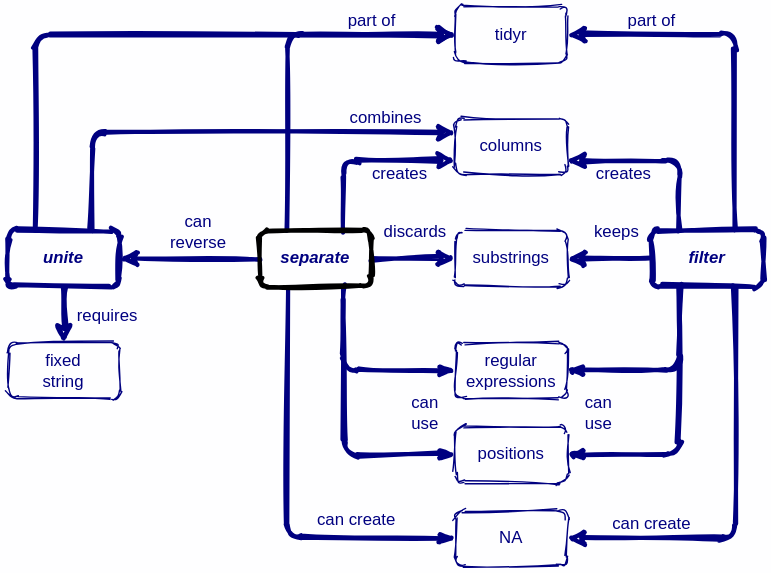
The draw.io diagram en/separate-extract-unite.svg in rstudio/concept-maps, before a commit. Source tidied: cells renumbered, new cells last; positions are measured from the earlier drawing's top-left corner, leaving out a move shared by most shapes.
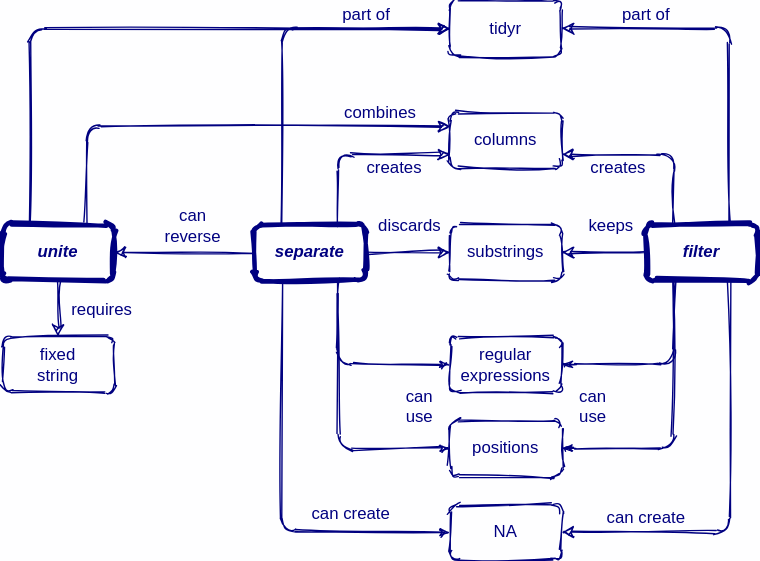
Above is the later version.

Diff of the diagram source:
```diff
@@ -2,14 +2,14 @@
   <root>
     <mxCell id="0" />
     <mxCell id="1" parent="0" />
-    <mxCell id="2" value="can&lt;br&gt;use" style="edgeStyle=none;rounded=1;html=1;labelBackgroundColor=none;startArrow=none;startFill=0;startSize=5;endArrow=classicThin;endFill=1;endSize=5;jettySize=auto;strokeWidth=3;fontFamily=Helvetica;fontSize=12;exitX=0.75;exitY=1;exitDx=0;exitDy=0;entryX=0;entryY=0.5;entryDx=0;entryDy=0;verticalAlign=middle;sketch=1;fontColor=#000080;strokeColor=#000080;" parent="1" edge="1" source="31" target="5">
+    <mxCell id="2" value="can&lt;br&gt;use" style="edgeStyle=none;rounded=1;html=1;labelBackgroundColor=none;startArrow=none;startFill=0;startSize=5;endArrow=classicThin;endFill=1;endSize=5;jettySize=auto;strokeWidth=1;fontFamily=Helvetica;fontSize=12;exitX=0.75;exitY=1;exitDx=0;exitDy=0;entryX=0;entryY=0.5;entryDx=0;entryDy=0;verticalAlign=middle;sketch=1;fontColor=#000080;strokeColor=#000080;" parent="1" edge="1" source="31" target="5">
       <mxGeometry x="0.69" y="-30" relative="1" as="geometry">
         <Array as="points">
           <mxPoint x="240" y="260" />
         </Array>
       </mxGeometry>
     </mxCell>
-    <mxCell id="3" value="can&lt;br&gt;use" style="edgeStyle=none;rounded=1;html=1;labelBackgroundColor=none;startArrow=none;startFill=0;startSize=5;endArrow=classicThin;endFill=1;endSize=5;jettySize=auto;strokeWidth=3;fontFamily=Helvetica;fontSize=12;exitX=0.25;exitY=1;exitDx=0;exitDy=0;entryX=1;entryY=0.5;entryDx=0;entryDy=0;verticalAlign=middle;sketch=1;fontColor=#000080;strokeColor=#000080;" parent="1" edge="1" source="32" target="5">
+    <mxCell id="3" value="can&lt;br&gt;use" style="edgeStyle=none;rounded=1;html=1;labelBackgroundColor=none;startArrow=none;startFill=0;startSize=5;endArrow=classicThin;endFill=1;endSize=5;jettySize=auto;strokeWidth=1;fontFamily=Helvetica;fontSize=12;exitX=0.25;exitY=1;exitDx=0;exitDy=0;entryX=1;entryY=0.5;entryDx=0;entryDy=0;verticalAlign=middle;sketch=1;fontColor=#000080;strokeColor=#000080;" parent="1" edge="1" source="32" target="5">
       <mxGeometry x="0.69" y="30" relative="1" as="geometry">
         <Array as="points">
           <mxPoint x="480" y="260" />
@@ -23,7 +23,7 @@
     <mxCell id="5" value="regular&lt;br&gt;expressions" style="rounded=1;whiteSpace=wrap;html=1;fontSize=12;fontFamily=Helvetica;fillColor=none;sketch=1;labelBackgroundColor=none;fontColor=#000080;strokeColor=#000080;" parent="1" vertex="1">
       <mxGeometry x="320" y="240" width="80" height="40" as="geometry" />
     </mxCell>
-    <mxCell id="6" value="&lt;div&gt;can create&lt;/div&gt;" style="endArrow=classic;html=1;strokeWidth=3;entryX=1;entryY=0.5;entryDx=0;entryDy=0;exitX=0.75;exitY=1;exitDx=0;exitDy=0;verticalAlign=middle;fontSize=12;labelBackgroundColor=none;fontFamily=Helvetica;align=center;sketch=1;fontColor=#000080;strokeColor=#000080;" parent="1" edge="1" source="32" target="12">
+    <mxCell id="6" value="&lt;div&gt;can create&lt;/div&gt;" style="endArrow=classic;html=1;strokeWidth=1;entryX=1;entryY=0.5;entryDx=0;entryDy=0;exitX=0.75;exitY=1;exitDx=0;exitDy=0;verticalAlign=middle;fontSize=12;labelBackgroundColor=none;fontFamily=Helvetica;align=center;sketch=1;fontColor=#000080;strokeColor=#000080;" parent="1" edge="1" source="32" target="12">
       <mxGeometry x="0.6" y="-10" relative="1" as="geometry">
         <Array as="points">
           <mxPoint x="520" y="380" />
@@ -33,7 +33,7 @@
     <mxCell id="7" value="tidyr" style="rounded=1;whiteSpace=wrap;html=1;fontSize=12;fontFamily=Helvetica;fillColor=none;sketch=1;labelBackgroundColor=none;fontColor=#000080;strokeColor=#000080;" parent="1" vertex="1">
       <mxGeometry x="320" width="80" height="40" as="geometry" />
     </mxCell>
-    <mxCell id="8" value="part of" style="endArrow=classic;html=1;strokeWidth=3;entryX=1;entryY=0.5;entryDx=0;entryDy=0;exitX=0.75;exitY=0;exitDx=0;exitDy=0;verticalAlign=middle;fontSize=12;labelBackgroundColor=none;fontFamily=Helvetica;sketch=1;fontColor=#000080;strokeColor=#000080;" parent="1" edge="1" source="32" target="7">
+    <mxCell id="8" value="part of" style="endArrow=classic;html=1;strokeWidth=1;entryX=1;entryY=0.5;entryDx=0;entryDy=0;exitX=0.75;exitY=0;exitDx=0;exitDy=0;verticalAlign=middle;fontSize=12;labelBackgroundColor=none;fontFamily=Helvetica;sketch=1;fontColor=#000080;strokeColor=#000080;" parent="1" edge="1" source="32" target="7">
       <mxGeometry x="0.54" y="-10" relative="1" as="geometry">
         <Array as="points">
           <mxPoint x="520" y="20" />
@@ -43,15 +43,15 @@
     <mxCell id="9" value="positions" style="rounded=1;whiteSpace=wrap;html=1;fontSize=12;fontFamily=Helvetica;fillColor=none;sketch=1;labelBackgroundColor=none;fontColor=#000080;strokeColor=#000080;" parent="1" vertex="1">
       <mxGeometry x="320" y="300" width="80" height="40" as="geometry" />
     </mxCell>
-    <mxCell id="10" style="edgeStyle=none;rounded=1;html=1;labelBackgroundColor=none;startArrow=none;startFill=0;startSize=5;endArrow=classicThin;endFill=1;endSize=5;jettySize=auto;strokeWidth=3;fontFamily=Helvetica;fontSize=12;entryX=0;entryY=0.5;entryDx=0;entryDy=0;verticalAlign=middle;sketch=1;fontColor=#000080;strokeColor=#000080;" parent="1" edge="1" target="9">
-      <mxGeometry x="0.69" y="30" relative="1" as="geometry">
-        <mxPoint x="240" y="210" as="sourcePoint" />
-        <Array as="points">
-          <mxPoint x="240" y="320" />
-        </Array>
-      </mxGeometry>
-    </mxCell>
+    <mxCell id="34" style="edgeStyle=none;rounded=1;html=1;labelBackgroundColor=none;startArrow=none;startFill=0;startSize=5;endArrow=classicThin;endFill=1;endSize=5;jettySize=auto;strokeWidth=1;fontFamily=Helvetica;fontSize=12;entryX=0;entryY=0.5;entryDx=0;entryDy=0;verticalAlign=middle;sketch=1;fontColor=#000080;strokeColor=#000080;" parent="1" edge="1" target="9">
+      <mxGeometry x="0.69" y="30" relative="1" as="geometry">
+        <mxPoint x="240" y="210" as="sourcePoint" />
+        <Array as="points">
+          <mxPoint x="240" y="320" />
+        </Array>
+      </mxGeometry>
+    </mxCell>
-    <mxCell id="11" style="edgeStyle=none;rounded=1;html=1;labelBackgroundColor=none;startArrow=none;startFill=0;startSize=5;endArrow=classicThin;endFill=1;endSize=5;jettySize=auto;strokeWidth=3;fontFamily=Helvetica;fontSize=12;entryX=1;entryY=0.5;entryDx=0;entryDy=0;verticalAlign=middle;exitX=0.25;exitY=1;exitDx=0;exitDy=0;sketch=1;fontColor=#000080;strokeColor=#000080;" parent="1" edge="1" source="32" target="9">
+    <mxCell id="11" style="edgeStyle=none;rounded=1;html=1;labelBackgroundColor=none;startArrow=none;startFill=0;startSize=5;endArrow=classicThin;endFill=1;endSize=5;jettySize=auto;strokeWidth=1;fontFamily=Helvetica;fontSize=12;entryX=1;entryY=0.5;entryDx=0;entryDy=0;verticalAlign=middle;exitX=0.25;exitY=1;exitDx=0;exitDy=0;sketch=1;fontColor=#000080;strokeColor=#000080;" parent="1" edge="1" source="32" target="9">
       <mxGeometry x="0.69" y="30" relative="1" as="geometry">
         <Array as="points">
           <mxPoint x="480" y="320" />
@@ -62,7 +62,7 @@
     <mxCell id="12" value="NA" style="rounded=1;whiteSpace=wrap;html=1;fontSize=12;fontFamily=Helvetica;fillColor=none;sketch=1;labelBackgroundColor=none;fontColor=#000080;strokeColor=#000080;" parent="1" vertex="1">
       <mxGeometry x="320" y="360" width="80" height="40" as="geometry" />
     </mxCell>
-    <mxCell id="13" style="edgeStyle=none;rounded=1;html=1;labelBackgroundColor=none;startArrow=none;startFill=0;startSize=5;endArrow=classicThin;endFill=1;endSize=5;jettySize=auto;strokeWidth=3;fontFamily=Helvetica;fontSize=12;entryX=0;entryY=0.5;entryDx=0;entryDy=0;verticalAlign=middle;exitX=0.25;exitY=1;exitDx=0;exitDy=0;sketch=1;fontColor=#000080;strokeColor=#000080;" parent="1" edge="1" source="31" target="12">
+    <mxCell id="13" style="edgeStyle=none;rounded=1;html=1;labelBackgroundColor=none;startArrow=none;startFill=0;startSize=5;endArrow=classicThin;endFill=1;endSize=5;jettySize=auto;strokeWidth=1;fontFamily=Helvetica;fontSize=12;entryX=0;entryY=0.5;entryDx=0;entryDy=0;verticalAlign=middle;exitX=0.25;exitY=1;exitDx=0;exitDy=0;sketch=1;fontColor=#000080;strokeColor=#000080;" parent="1" edge="1" source="31" target="12">
       <mxGeometry x="0.69" y="30" relative="1" as="geometry">
         <Array as="points">
           <mxPoint x="200" y="380" />
@@ -74,14 +74,14 @@
         <mxPoint x="47" y="-4" as="offset" />
       </mxGeometry>
     </mxCell>
-    <mxCell id="15" value="part of" style="endArrow=classic;html=1;strokeWidth=3;entryX=0;entryY=0.5;entryDx=0;entryDy=0;exitX=0.25;exitY=0;exitDx=0;exitDy=0;verticalAlign=middle;fontSize=12;labelBackgroundColor=none;fontFamily=Helvetica;sketch=1;fontColor=#000080;strokeColor=#000080;" parent="1" edge="1" source="31" target="7">
+    <mxCell id="15" value="part of" style="endArrow=classic;html=1;strokeWidth=1;entryX=0;entryY=0.5;entryDx=0;entryDy=0;exitX=0.25;exitY=0;exitDx=0;exitDy=0;verticalAlign=middle;fontSize=12;labelBackgroundColor=none;fontFamily=Helvetica;sketch=1;fontColor=#000080;strokeColor=#000080;" parent="1" edge="1" source="31" target="7">
       <mxGeometry x="0.54" y="10" relative="1" as="geometry">
         <Array as="points">
           <mxPoint x="200" y="20" />
         </Array>
       </mxGeometry>
     </mxCell>
-    <mxCell id="16" style="endArrow=classic;html=1;entryX=1;entryY=0.5;entryDx=0;entryDy=0;exitX=0;exitY=0.5;exitDx=0;exitDy=0;strokeWidth=3;sketch=1;labelBackgroundColor=none;fontColor=#000080;strokeColor=#000080;" parent="1" edge="1" source="31" target="33">
+    <mxCell id="16" style="endArrow=classic;html=1;entryX=1;entryY=0.5;entryDx=0;entryDy=0;exitX=0;exitY=0.5;exitDx=0;exitDy=0;strokeWidth=1;sketch=1;labelBackgroundColor=none;fontColor=#000080;strokeColor=#000080;" parent="1" edge="1" source="31" target="33">
       <mxGeometry relative="1" as="geometry" />
     </mxCell>
     <mxCell id="17" value="&lt;font style=&quot;font-size: 12px&quot;&gt;can&lt;br&gt;reverse&lt;/font&gt;" style="edgeLabel;html=1;align=center;verticalAlign=middle;sketch=1;labelBackgroundColor=none;fontColor=#000080;" parent="16" vertex="1">
@@ -89,7 +89,7 @@
         <mxPoint y="-18" as="offset" />
       </mxGeometry>
     </mxCell>
-    <mxCell id="18" style="endArrow=classic;html=1;strokeWidth=3;entryX=0;entryY=0.5;entryDx=0;entryDy=0;exitX=0.25;exitY=0;exitDx=0;exitDy=0;verticalAlign=middle;fontSize=12;labelBackgroundColor=none;fontFamily=Helvetica;sketch=1;fontColor=#000080;strokeColor=#000080;" parent="1" edge="1" source="33" target="7">
+    <mxCell id="18" style="endArrow=classic;html=1;strokeWidth=1;entryX=0;entryY=0.5;entryDx=0;entryDy=0;exitX=0.25;exitY=0;exitDx=0;exitDy=0;verticalAlign=middle;fontSize=12;labelBackgroundColor=none;fontFamily=Helvetica;sketch=1;fontColor=#000080;strokeColor=#000080;" parent="1" edge="1" source="33" target="7">
       <mxGeometry x="0.5" y="20" relative="1" as="geometry">
         <Array as="points">
           <mxPoint x="20" y="20" />
@@ -99,7 +99,7 @@
     <mxCell id="19" value="substrings" style="rounded=1;whiteSpace=wrap;html=1;fontSize=12;fontFamily=Helvetica;fillColor=none;sketch=1;labelBackgroundColor=none;fontColor=#000080;strokeColor=#000080;" parent="1" vertex="1">
       <mxGeometry x="320" y="160" width="80" height="40" as="geometry" />
     </mxCell>
-    <mxCell id="20" style="endArrow=classic;html=1;strokeWidth=3;exitX=1;exitY=0.5;exitDx=0;exitDy=0;entryX=0;entryY=0.5;entryDx=0;entryDy=0;sketch=1;labelBackgroundColor=none;fontColor=#000080;strokeColor=#000080;" parent="1" edge="1" source="31" target="19">
+    <mxCell id="20" style="endArrow=classic;html=1;strokeWidth=1;exitX=1;exitY=0.5;exitDx=0;exitDy=0;entryX=0;entryY=0.5;entryDx=0;entryDy=0;sketch=1;labelBackgroundColor=none;fontColor=#000080;strokeColor=#000080;" parent="1" edge="1" source="31" target="19">
       <mxGeometry relative="1" as="geometry" />
     </mxCell>
     <mxCell id="21" value="&lt;font style=&quot;font-size: 12px&quot;&gt;discards&lt;/font&gt;" style="edgeLabel;html=1;align=center;verticalAlign=middle;sketch=1;labelBackgroundColor=none;fontColor=#000080;" parent="20" vertex="1">
@@ -107,7 +107,7 @@
         <mxPoint x="-5" y="-21" as="offset" />
       </mxGeometry>
     </mxCell>
-    <mxCell id="22" style="endArrow=classic;html=1;strokeWidth=3;exitX=0;exitY=0.5;exitDx=0;exitDy=0;entryX=1;entryY=0.5;entryDx=0;entryDy=0;sketch=1;labelBackgroundColor=none;fontColor=#000080;strokeColor=#000080;" parent="1" edge="1" source="32" target="19">
+    <mxCell id="22" style="endArrow=classic;html=1;strokeWidth=1;exitX=0;exitY=0.5;exitDx=0;exitDy=0;entryX=1;entryY=0.5;entryDx=0;entryDy=0;sketch=1;labelBackgroundColor=none;fontColor=#000080;strokeColor=#000080;" parent="1" edge="1" source="32" target="19">
       <mxGeometry relative="1" as="geometry" />
     </mxCell>
     <mxCell id="23" value="&lt;font style=&quot;font-size: 12px&quot;&gt;keeps&lt;/font&gt;" style="edgeLabel;html=1;align=center;verticalAlign=middle;sketch=1;labelBackgroundColor=none;fontColor=#000080;" parent="22" vertex="1">
@@ -118,21 +118,21 @@
     <mxCell id="24" value="columns" style="rounded=1;whiteSpace=wrap;html=1;fontSize=12;fontFamily=Helvetica;fillColor=none;sketch=1;labelBackgroundColor=none;fontColor=#000080;strokeColor=#000080;" parent="1" vertex="1">
       <mxGeometry x="320" y="80" width="80" height="40" as="geometry" />
     </mxCell>
-    <mxCell id="25" value="creates" style="endArrow=classic;html=1;strokeWidth=3;entryX=0;entryY=0.75;entryDx=0;entryDy=0;exitX=0.75;exitY=0;exitDx=0;exitDy=0;verticalAlign=middle;fontSize=12;labelBackgroundColor=none;fontFamily=Helvetica;sketch=1;fontColor=#000080;strokeColor=#000080;" parent="1" edge="1" source="31" target="24">
+    <mxCell id="25" value="creates" style="endArrow=classic;html=1;strokeWidth=1;entryX=0;entryY=0.75;entryDx=0;entryDy=0;exitX=0.75;exitY=0;exitDx=0;exitDy=0;verticalAlign=middle;fontSize=12;labelBackgroundColor=none;fontFamily=Helvetica;sketch=1;fontColor=#000080;strokeColor=#000080;" parent="1" edge="1" source="31" target="24">
       <mxGeometry x="0.38" y="-10" relative="1" as="geometry">
         <Array as="points">
           <mxPoint x="240" y="110" />
         </Array>
       </mxGeometry>
     </mxCell>
-    <mxCell id="26" value="creates" style="endArrow=classic;html=1;strokeWidth=3;entryX=1;entryY=0.75;entryDx=0;entryDy=0;exitX=0.25;exitY=0;exitDx=0;exitDy=0;verticalAlign=middle;fontSize=12;labelBackgroundColor=none;fontFamily=Helvetica;sketch=1;fontColor=#000080;strokeColor=#000080;" parent="1" edge="1" source="32" target="24">
+    <mxCell id="26" value="creates" style="endArrow=classic;html=1;strokeWidth=1;entryX=1;entryY=0.75;entryDx=0;entryDy=0;exitX=0.25;exitY=0;exitDx=0;exitDy=0;verticalAlign=middle;fontSize=12;labelBackgroundColor=none;fontFamily=Helvetica;sketch=1;fontColor=#000080;strokeColor=#000080;" parent="1" edge="1" source="32" target="24">
       <mxGeometry x="0.38" y="10" relative="1" as="geometry">
         <Array as="points">
           <mxPoint x="480" y="110" />
         </Array>
       </mxGeometry>
     </mxCell>
-    <mxCell id="27" value="combines" style="endArrow=classic;html=1;strokeWidth=3;entryX=0;entryY=0.25;entryDx=0;entryDy=0;exitX=0.75;exitY=0;exitDx=0;exitDy=0;verticalAlign=middle;fontSize=12;labelBackgroundColor=none;fontFamily=Helvetica;sketch=1;fontColor=#000080;strokeColor=#000080;" parent="1" edge="1" source="33" target="24">
+    <mxCell id="27" value="combines" style="endArrow=classic;html=1;strokeWidth=1;entryX=0;entryY=0.25;entryDx=0;entryDy=0;exitX=0.75;exitY=0;exitDx=0;exitDy=0;verticalAlign=middle;fontSize=12;labelBackgroundColor=none;fontFamily=Helvetica;sketch=1;fontColor=#000080;strokeColor=#000080;" parent="1" edge="1" source="33" target="24">
       <mxGeometry x="0.7" y="10" relative="1" as="geometry">
         <Array as="points">
           <mxPoint x="60" y="90" />
@@ -142,7 +142,7 @@
     <mxCell id="28" value="fixed&lt;br&gt;string" style="rounded=1;whiteSpace=wrap;html=1;fontSize=12;fontFamily=Helvetica;fillColor=none;sketch=1;labelBackgroundColor=none;fontColor=#000080;strokeColor=#000080;" parent="1" vertex="1">
       <mxGeometry y="240" width="80" height="40" as="geometry" />
     </mxCell>
-    <mxCell id="29" style="endArrow=classic;html=1;strokeWidth=3;entryX=0.5;entryY=0;entryDx=0;entryDy=0;exitX=0.5;exitY=1;exitDx=0;exitDy=0;sketch=1;labelBackgroundColor=none;fontColor=#000080;strokeColor=#000080;" parent="1" edge="1" source="33" target="28">
+    <mxCell id="29" style="endArrow=classic;html=1;strokeWidth=1;entryX=0.5;entryY=0;entryDx=0;entryDy=0;exitX=0.5;exitY=1;exitDx=0;exitDy=0;sketch=1;labelBackgroundColor=none;fontColor=#000080;strokeColor=#000080;" parent="1" edge="1" source="33" target="28">
       <mxGeometry relative="1" as="geometry" />
     </mxCell>
     <mxCell id="30" value="&lt;font style=&quot;font-size: 12px&quot;&gt;requires&lt;/font&gt;" style="edgeLabel;html=1;align=center;verticalAlign=middle;sketch=1;labelBackgroundColor=none;fontColor=#000080;" parent="29" vertex="1">
@@ -150,7 +150,7 @@
         <mxPoint x="29" y="5" as="offset" />
       </mxGeometry>
     </mxCell>
-    <mxCell id="31" value="&lt;i&gt;&lt;b&gt;separate&lt;/b&gt;&lt;/i&gt;" style="rounded=1;whiteSpace=wrap;html=1;fontSize=12;fontFamily=Helvetica;fillColor=none;strokeWidth=3;sketch=1;labelBackgroundColor=none;fontColor=#000080;" parent="1" vertex="1">
+    <mxCell id="31" value="&lt;i&gt;&lt;b&gt;separate&lt;/b&gt;&lt;/i&gt;" style="rounded=1;whiteSpace=wrap;html=1;fontSize=12;fontFamily=Helvetica;fillColor=none;strokeWidth=3;sketch=1;labelBackgroundColor=none;fontColor=#000080;strokeColor=#000080;" parent="1" vertex="1">
       <mxGeometry x="180" y="160" width="80" height="40" as="geometry" />
     </mxCell>
     <mxCell id="32" value="&lt;b style=&quot;font-size: 12px&quot;&gt;&lt;i style=&quot;font-size: 12px&quot;&gt;filter&lt;/i&gt;&lt;/b&gt;" style="rounded=1;whiteSpace=wrap;html=1;strokeWidth=3;fontSize=12;fontFamily=Helvetica;fillColor=none;sketch=1;labelBackgroundColor=none;fontColor=#000080;strokeColor=#000080;" parent="1" vertex="1">
```
